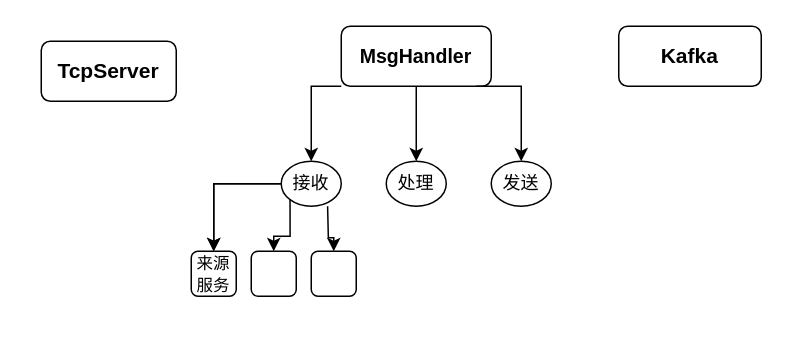
Above: com_cpp.drawio in Youngmingtao/Youngmingtao (draw.io), before the change. Source tidied: cells renumbered, new cells numbered last; positions are measured from the earlier drawing's top-left corner, leaving out a move shared by most shapes. Both pictures are drawn from the tidied source at 150%, with x=0, y=0 at pixel (40, 26).
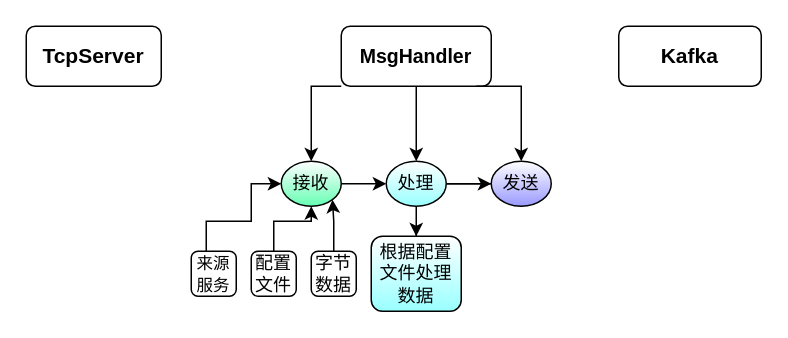
The same diagram, later.

Unchanged cells that the change refers to:
```xml
<mxCell id="13" value="&lt;font style=&quot;font-size: 11px;&quot;&gt;来源服务&lt;/font&gt;" style="rounded=1;whiteSpace=wrap;html=1;" parent="1" vertex="1">
  <mxGeometry x="100" y="150" width="30" height="30" as="geometry" />
</mxCell>
```

Change to the diagram source:
```diff
@@
     <mxCell id="2" value="&lt;font style=&quot;font-size: 14px;&quot;&gt;&lt;b&gt;TcpServer&lt;/b&gt;&lt;/font&gt;" style="rounded=1;whiteSpace=wrap;html=1;" parent="1" vertex="1">
-      <mxGeometry y="10" width="90" height="40" as="geometry" />
+      <mxGeometry x="-10" width="90" height="40" as="geometry" />
     </mxCell>
@@
-    <mxCell id="6" style="edgeStyle=orthogonalEdgeStyle;rounded=0;jettySize=auto;html=1;fontSize=14;" parent="1" edge="1" source="8" target="13">
-      <mxGeometry relative="1" as="geometry" />
-    </mxCell>
-    <mxCell id="7" style="edgeStyle=orthogonalEdgeStyle;rounded=0;jettySize=auto;html=1;fontSize=14;" parent="1" edge="1" source="8" target="13">
-      <mxGeometry relative="1" as="geometry" />
-    </mxCell>
+    <mxCell id="18" style="edgeStyle=orthogonalEdgeStyle;rounded=0;jettySize=auto;html=1;fontSize=11;entryX=0;entryY=0.5;entryDx=0;entryDy=0;" parent="1" edge="1" source="8" target="10">
+      <mxGeometry relative="1" as="geometry" />
+    </mxCell>
-    <mxCell id="8" value="接收" style="ellipse;whiteSpace=wrap;html=1;rounded=1;" parent="1" vertex="1">
+    <mxCell id="8" value="接收" style="ellipse;whiteSpace=wrap;html=1;rounded=1;gradientColor=#66FFB3;fillColor=#FFFFFF;gradientDirection=south;" parent="1" vertex="1">
       <mxGeometry x="160" y="90" width="40" height="30" as="geometry" />
     </mxCell>
@@
+    <mxCell id="19" style="edgeStyle=orthogonalEdgeStyle;rounded=0;jettySize=auto;html=1;fontSize=11;" parent="1" edge="1" source="10" target="12">
+      <mxGeometry relative="1" as="geometry" />
+    </mxCell>
+    <mxCell id="20" style="edgeStyle=orthogonalEdgeStyle;rounded=0;jettySize=auto;html=1;fontSize=11;" parent="1" edge="1" source="10">
+      <mxGeometry relative="1" as="geometry">
+        <mxPoint x="310" y="105" as="targetPoint" />
+      </mxGeometry>
+    </mxCell>
+    <mxCell id="21" style="edgeStyle=orthogonalEdgeStyle;rounded=0;jettySize=auto;html=1;fontSize=11;" parent="1" edge="1" source="10" target="25">
+      <mxGeometry relative="1" as="geometry" />
+    </mxCell>
-    <mxCell id="10" value="处理" style="ellipse;whiteSpace=wrap;html=1;rounded=1;" parent="1" vertex="1">
+    <mxCell id="10" value="处理" style="ellipse;whiteSpace=wrap;html=1;rounded=1;gradientColor=#99FFFF;" parent="1" vertex="1">
       <mxGeometry x="230" y="90" width="40" height="30" as="geometry" />
     </mxCell>
@@
-    <mxCell id="12" value="发送" style="ellipse;whiteSpace=wrap;html=1;rounded=1;" parent="1" vertex="1">
+    <mxCell id="12" value="发送" style="ellipse;whiteSpace=wrap;html=1;rounded=1;gradientColor=#9999FF;" parent="1" vertex="1">
       <mxGeometry x="300" y="90" width="40" height="30" as="geometry" />
     </mxCell>
+    <mxCell id="22" style="edgeStyle=orthogonalEdgeStyle;rounded=0;jettySize=auto;html=1;fontSize=11;entryX=0;entryY=0.5;entryDx=0;entryDy=0;" parent="1" edge="1" source="13" target="8">
+      <mxGeometry relative="1" as="geometry">
+        <Array as="points">
+          <mxPoint x="110" y="130" />
+          <mxPoint x="140" y="130" />
+          <mxPoint x="140" y="105" />
+        </Array>
+      </mxGeometry>
+    </mxCell>
@@
-    <mxCell id="14" style="edgeStyle=orthogonalEdgeStyle;rounded=0;jettySize=auto;html=1;fontSize=14;exitX=0;exitY=1;exitDx=0;exitDy=0;" parent="1" edge="1" source="8" target="15">
-      <mxGeometry relative="1" as="geometry" />
-    </mxCell>
+    <mxCell id="23" style="edgeStyle=orthogonalEdgeStyle;rounded=0;jettySize=auto;html=1;fontSize=11;" parent="1" edge="1" source="15" target="8">
+      <mxGeometry relative="1" as="geometry" />
+    </mxCell>
-    <mxCell id="15" style="rounded=1;whiteSpace=wrap;html=1;" parent="1" vertex="1">
+    <mxCell id="15" value="配置文件" style="rounded=1;whiteSpace=wrap;html=1;" parent="1" vertex="1">
       <mxGeometry x="140" y="150" width="30" height="30" as="geometry" />
     </mxCell>
-    <mxCell id="16" style="edgeStyle=orthogonalEdgeStyle;rounded=0;jettySize=auto;html=1;fontSize=14;exitX=0;exitY=1;exitDx=0;exitDy=0;" parent="1" edge="1" target="17">
-      <mxGeometry relative="1" as="geometry">
-        <mxPoint x="190.9" y="120" as="sourcePoint" />
-      </mxGeometry>
-    </mxCell>
+    <mxCell id="24" style="edgeStyle=orthogonalEdgeStyle;rounded=0;jettySize=auto;html=1;fontSize=11;entryX=1;entryY=1;entryDx=0;entryDy=0;" parent="1" edge="1" source="17" target="8">
+      <mxGeometry relative="1" as="geometry" />
+    </mxCell>
-    <mxCell id="17" style="rounded=1;whiteSpace=wrap;html=1;" parent="1" vertex="1">
+    <mxCell id="17" value="字节数据" style="rounded=1;whiteSpace=wrap;html=1;" parent="1" vertex="1">
       <mxGeometry x="180" y="150" width="30" height="30" as="geometry" />
     </mxCell>
+    <mxCell id="25" value="根据配置文件处理数据" style="whiteSpace=wrap;html=1;rounded=1;gradientColor=#99FFFF;" parent="1" vertex="1">
+      <mxGeometry x="220" y="140" width="60" height="50" as="geometry" />
+    </mxCell>
```
